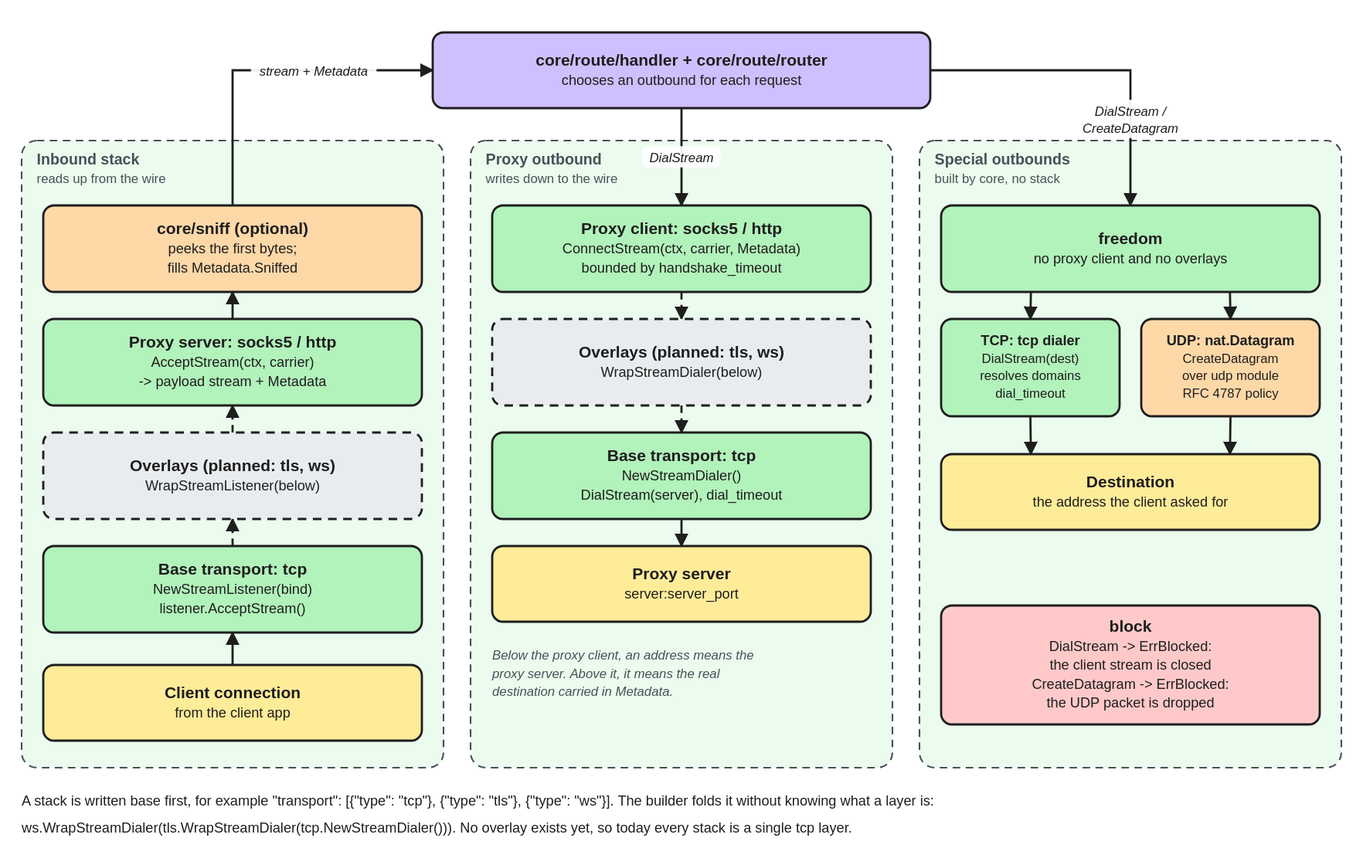
This is docs/assets/diagrams/stack-composition.excalidraw.svg from we-apranik/apranik, a Excalidraw export, as it was before one commit. Source tidied: one line per element, renumbered; positions are measured from the earlier drawing's top-left corner, leaving out a move shared by most shapes.
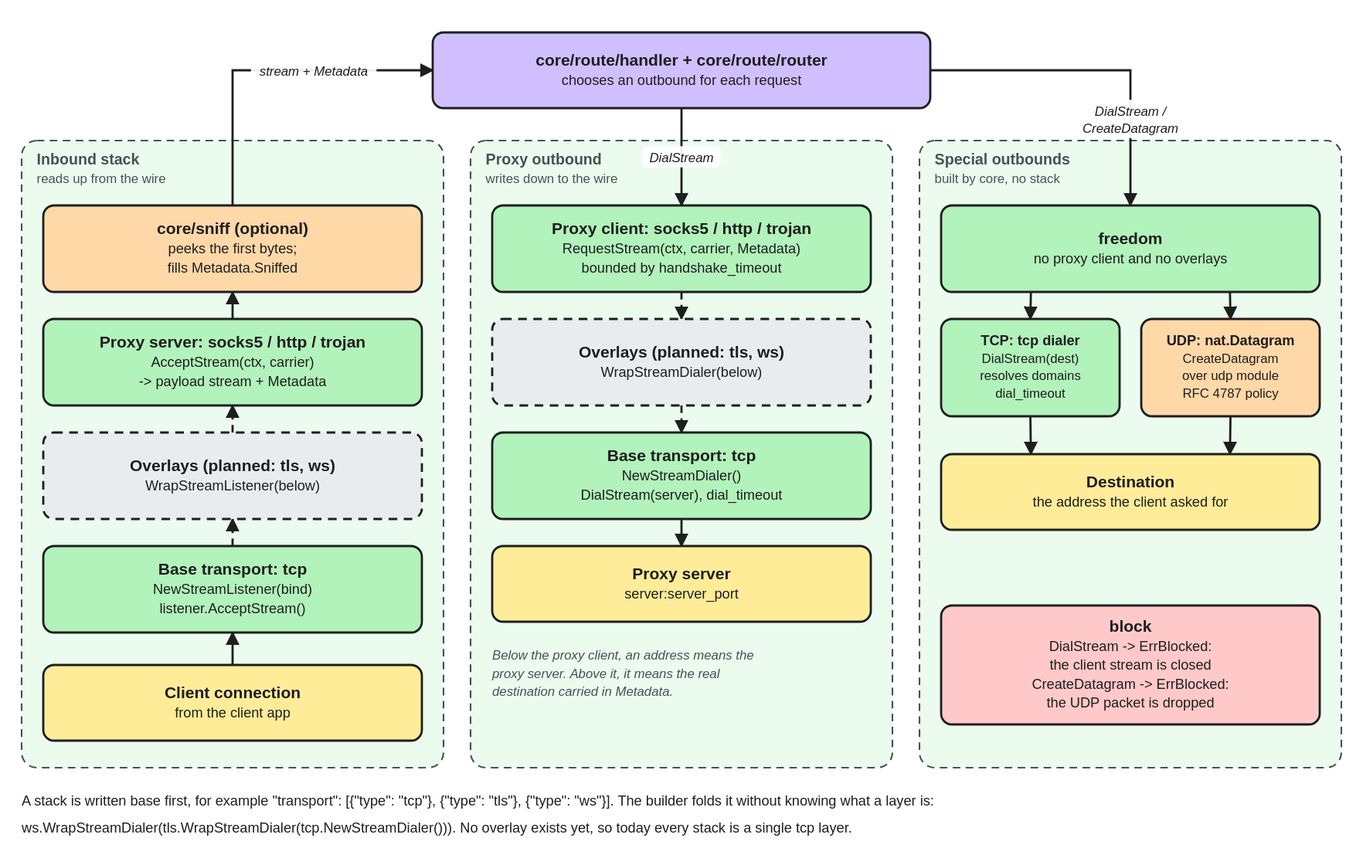
The same file after the commit.

Commit message:
Update docs and diagrams for Trojan

The edit, as a diff of the source:
```diff
@@ -9,7 +9,7 @@
 {"id": 8, "type": "rectangle", "strokeColor": "#1e1e1e", "backgroundColor": "#ffd8a8", "fillStyle": "solid", "strokeWidth": 2, "roughness": 0, "round": true, "x": 20, "y": 160, "width": 350, "height": 80}
 {"id": 9, "type": "text", "text": "core/sniff (optional)\npeeks the first bytes;\nfills Metadata.Sniffed", "strokeColor": "#1e1e1e", "strokeWidth": 2, "roughness": 0, "fontSize": 13, "fontFamily": 2, "textAlign": "center", "verticalAlign": "middle", "inside": 8, "x": 20, "y": 160, "width": 350, "height": 49}
 {"id": 10, "type": "rectangle", "strokeColor": "#1e1e1e", "backgroundColor": "#b2f2bb", "fillStyle": "solid", "strokeWidth": 2, "roughness": 0, "round": true, "x": 20, "y": 265, "width": 350, "height": 80}
-{"id": 11, "type": "text", "text": "Proxy server: socks5 / http\nAcceptStream(ctx, carrier)\n-> payload stream + Metadata", "strokeColor": "#1e1e1e", "strokeWidth": 2, "roughness": 0, "fontSize": 13, "fontFamily": 2, "textAlign": "center", "verticalAlign": "middle", "inside": 10, "x": 20, "y": 265, "width": 350, "height": 49}
+{"id": 11, "type": "text", "text": "Proxy server: socks5 / http / trojan\nAcceptStream(ctx, carrier)\n-> payload stream + Metadata", "strokeColor": "#1e1e1e", "strokeWidth": 2, "roughness": 0, "fontSize": 13, "fontFamily": 2, "textAlign": "center", "verticalAlign": "middle", "inside": 10, "x": 20, "y": 265, "width": 350, "height": 49}
 {"id": 12, "type": "rectangle", "strokeColor": "#1e1e1e", "backgroundColor": "#e9ecef", "fillStyle": "solid", "strokeWidth": 2, "strokeStyle": "dashed", "roughness": 0, "round": true, "x": 20, "y": 370, "width": 350, "height": 80}
 {"id": 13, "type": "text", "text": "Overlays (planned: tls, ws)\nWrapStreamListener(below)", "strokeColor": "#1e1e1e", "strokeWidth": 2, "roughness": 0, "fontSize": 13, "fontFamily": 2, "textAlign": "center", "verticalAlign": "middle", "inside": 12, "x": 20, "y": 370, "width": 350, "height": 32}
 {"id": 14, "type": "rectangle", "strokeColor": "#1e1e1e", "backgroundColor": "#b2f2bb", "fillStyle": "solid", "strokeWidth": 2, "roughness": 0, "round": true, "x": 20, "y": 475, "width": 350, "height": 80}
@@ -17,7 +17,7 @@
 {"id": 16, "type": "rectangle", "strokeColor": "#1e1e1e", "backgroundColor": "#ffec99", "fillStyle": "solid", "strokeWidth": 2, "roughness": 0, "round": true, "x": 20, "y": 585, "width": 350, "height": 70}
 {"id": 17, "type": "text", "text": "Client connection\nfrom the client app", "strokeColor": "#1e1e1e", "strokeWidth": 2, "roughness": 0, "fontSize": 13, "fontFamily": 2, "textAlign": "center", "verticalAlign": "middle", "inside": 16, "x": 20, "y": 585, "width": 350, "height": 32}
 {"id": 18, "type": "rectangle", "strokeColor": "#1e1e1e", "backgroundColor": "#b2f2bb", "fillStyle": "solid", "strokeWidth": 2, "roughness": 0, "round": true, "x": 435, "y": 160, "width": 350, "height": 80}
-{"id": 19, "type": "text", "text": "Proxy client: socks5 / http\nConnectStream(ctx, carrier, Metadata)\nbounded by handshake_timeout", "strokeColor": "#1e1e1e", "strokeWidth": 2, "roughness": 0, "fontSize": 13, "fontFamily": 2, "textAlign": "center", "verticalAlign": "middle", "inside": 18, "x": 435, "y": 160, "width": 350, "height": 49}
+{"id": 19, "type": "text", "text": "Proxy client: socks5 / http / trojan\nRequestStream(ctx, carrier, Metadata)\nbounded by handshake_timeout", "strokeColor": "#1e1e1e", "strokeWidth": 2, "roughness": 0, "fontSize": 13, "fontFamily": 2, "textAlign": "center", "verticalAlign": "middle", "inside": 18, "x": 435, "y": 160, "width": 350, "height": 49}
 {"id": 20, "type": "rectangle", "strokeColor": "#1e1e1e", "backgroundColor": "#e9ecef", "fillStyle": "solid", "strokeWidth": 2, "strokeStyle": "dashed", "roughness": 0, "round": true, "x": 435, "y": 265, "width": 350, "height": 80}
 {"id": 21, "type": "text", "text": "Overlays (planned: tls, ws)\nWrapStreamDialer(below)", "strokeColor": "#1e1e1e", "strokeWidth": 2, "roughness": 0, "fontSize": 13, "fontFamily": 2, "textAlign": "center", "verticalAlign": "middle", "inside": 20, "x": 435, "y": 265, "width": 350, "height": 32}
 {"id": 22, "type": "rectangle", "strokeColor": "#1e1e1e", "backgroundColor": "#b2f2bb", "fillStyle": "solid", "strokeWidth": 2, "roughness": 0, "round": true, "x": 435, "y": 370, "width": 350, "height": 80}
```
